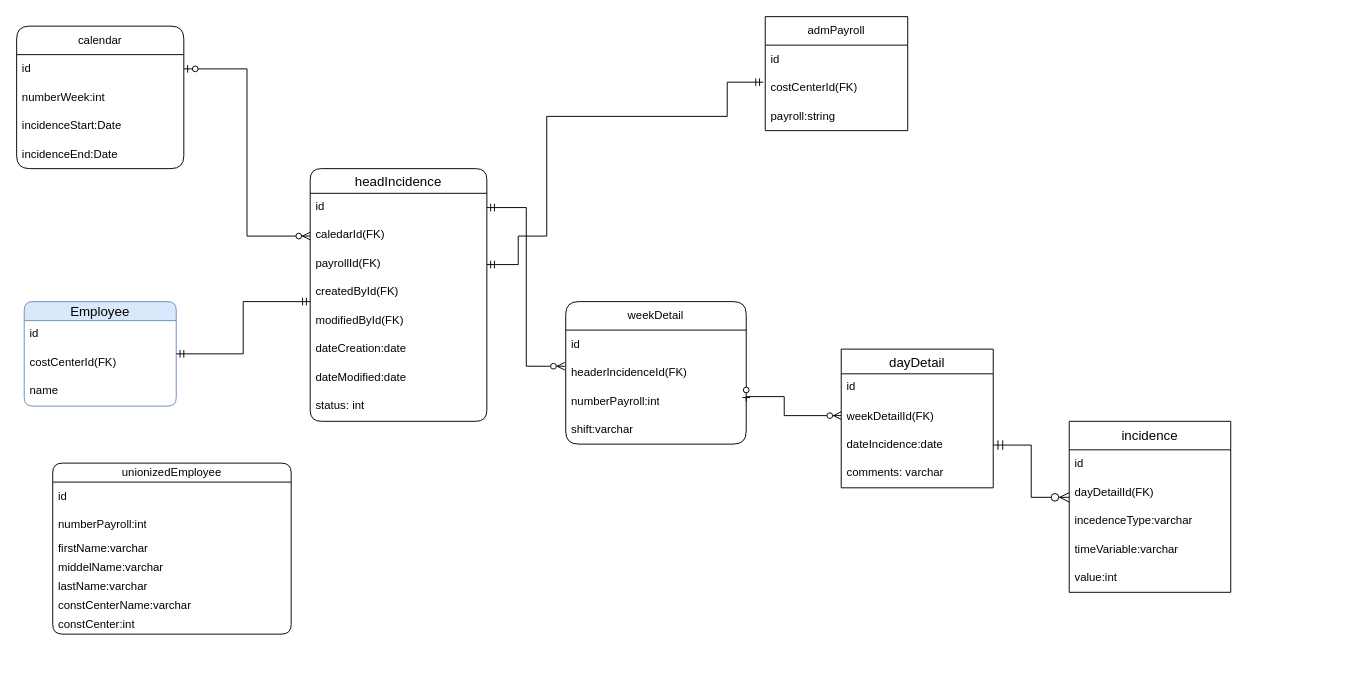
SocorroGC30/prueba3 keeps this draw.io diagram as page "Page-RelationalDiagram" (1 of 2) of Untitled Diagram.drawio. Above is the earlier version. Source tidied: cells renumbered, new cells numbered last; positions are measured from the earlier drawing's top-left corner, leaving out a move shared by most shapes. Both pictures are drawn from the tidied source at 95%, with x=0, y=0 at pixel (16, 16).
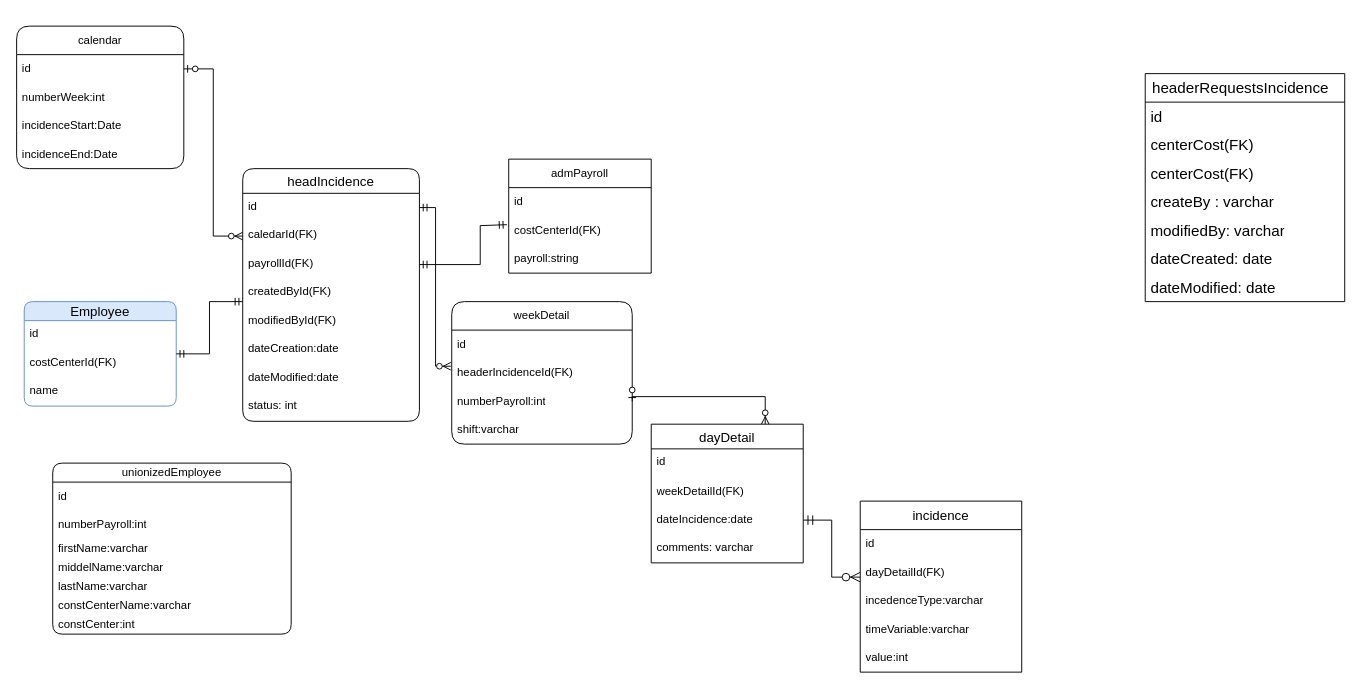
The same diagram, later.

The change refers to these unchanged cells:
```xml
<mxCell id="13" value="numberPayroll:int" style="text;strokeColor=none;fillColor=none;align=left;verticalAlign=middle;spacingLeft=4;spacingRight=4;overflow=hidden;points=[[0,0.5],[1,0.5]];portConstraint=eastwest;whiteSpace=wrap;html=1;" parent="10" vertex="1">
  <mxGeometry y="90" width="190" height="30" as="geometry" />
</mxCell>
<mxCell id="23" value="payrollId(FK)" style="text;strokeColor=none;fillColor=none;spacingLeft=4;spacingRight=4;overflow=hidden;points=[[0,0.5],[1,0.5]];portConstraint=eastwest;fontSize=12;" parent="20" vertex="1">
  <mxGeometry y="86" width="186" height="30" as="geometry" />
</mxCell>
<mxCell id="36" value="costCenterId(FK)" style="text;strokeColor=none;fillColor=none;align=left;verticalAlign=middle;spacingLeft=4;spacingRight=4;overflow=hidden;points=[[0,0.5],[1,0.5]];portConstraint=eastwest;whiteSpace=wrap;html=1;" parent="34" vertex="1">
  <mxGeometry y="60" width="150" height="30" as="geometry" />
</mxCell>
<mxCell id="42" value="weekDetailId(FK)" style="text;strokeColor=none;fillColor=none;align=left;verticalAlign=middle;spacingLeft=4;spacingRight=4;overflow=hidden;points=[[0,0.5],[1,0.5]];portConstraint=eastwest;whiteSpace=wrap;html=1;" parent="40" vertex="1">
  <mxGeometry y="56" width="160" height="30" as="geometry" />
</mxCell>
```

Change to the diagram source:
```diff
@@
     <mxCell id="10" value="weekDetail" style="swimlane;fontStyle=0;horizontal=1;startSize=30;whiteSpace=wrap;html=1;rounded=1;" parent="1" vertex="1">
-      <mxGeometry x="578" y="300" width="190" height="150" as="geometry" />
+      <mxGeometry x="458" y="300" width="190" height="150" as="geometry" />
     </mxCell>
@@
     <mxCell id="20" value="headIncidence" style="swimlane;fontStyle=0;horizontal=1;startSize=26;align=center;fontSize=14;rounded=1;" parent="1" vertex="1">
-      <mxGeometry x="309" y="160" width="186" height="266" as="geometry" />
+      <mxGeometry x="238" y="160" width="186" height="266" as="geometry" />
     </mxCell>
@@
     <mxCell id="34" value="admPayroll" style="swimlane;fontStyle=0;horizontal=1;startSize=30;whiteSpace=wrap;html=1;" parent="1" vertex="1">
-      <mxGeometry x="788" width="150" height="120" as="geometry" />
+      <mxGeometry x="518" y="150" width="150" height="120" as="geometry" />
     </mxCell>
@@
     <mxCell id="38" style="edgeStyle=orthogonalEdgeStyle;fontSize=12;html=1;endArrow=ERmandOne;startArrow=ERmandOne;rounded=0;entryX=-0.013;entryY=0.3;entryDx=0;entryDy=0;entryPerimeter=0;" parent="1" edge="1" source="23" target="36">
       <mxGeometry relative="1" as="geometry">
         <Array as="points">
-          <mxPoint x="528" y="261" />
-          <mxPoint x="528" y="231" />
-          <mxPoint x="558" y="231" />
-          <mxPoint x="558" y="105" />
-          <mxPoint x="748" y="105" />
-          <mxPoint x="748" y="69" />
+          <mxPoint x="488" y="261" />
+          <mxPoint x="488" y="220" />
+          <mxPoint x="516" y="220" />
         </Array>
       </mxGeometry>
     </mxCell>
@@
     <mxCell id="40" value="dayDetail" style="swimlane;fontStyle=0;horizontal=1;startSize=26;align=center;fontSize=14;" parent="1" vertex="1">
-      <mxGeometry x="868" y="350" width="160" height="146" as="geometry" />
+      <mxGeometry x="668" y="429" width="160" height="146" as="geometry" />
     </mxCell>
@@
-    <mxCell id="46" style="edgeStyle=orthogonalEdgeStyle;fontSize=12;html=1;endArrow=ERzeroToMany;startArrow=ERzeroToOne;rounded=0;exitX=1;exitY=0.5;exitDx=0;exitDy=0;" parent="1" edge="1" source="13" target="42">
+    <mxCell id="46" style="edgeStyle=orthogonalEdgeStyle;fontSize=12;html=1;endArrow=ERzeroToMany;startArrow=ERzeroToOne;rounded=0;exitX=1;exitY=0.5;exitDx=0;exitDy=0;entryX=0.75;entryY=0;entryDx=0;entryDy=0;" parent="1" edge="1" source="13" target="40">
       <mxGeometry relative="1" as="geometry">
         <Array as="points">
-          <mxPoint x="768" y="400" />
-          <mxPoint x="808" y="400" />
-          <mxPoint x="808" y="420" />
+          <mxPoint x="648" y="400" />
+          <mxPoint x="788" y="400" />
         </Array>
       </mxGeometry>
     </mxCell>
     <mxCell id="47" value="incidence" style="swimlane;fontStyle=0;horizontal=1;startSize=30;whiteSpace=wrap;html=1;fontSize=14;" parent="1" vertex="1">
-      <mxGeometry x="1108" y="426" width="170" height="180" as="geometry" />
+      <mxGeometry x="888" y="510" width="170" height="180" as="geometry" />
     </mxCell>
@@
+    <mxCell id="54" value="headerRequestsIncidence&amp;nbsp;&amp;nbsp;" style="swimlane;fontStyle=0;horizontal=1;startSize=30;whiteSpace=wrap;html=1;fontSize=16;" parent="1" vertex="1">
+      <mxGeometry x="1188" y="60" width="210" height="240" as="geometry" />
+    </mxCell>
+    <mxCell id="55" value="id" style="text;strokeColor=none;fillColor=none;align=left;verticalAlign=middle;spacingLeft=4;spacingRight=4;overflow=hidden;whiteSpace=wrap;html=1;fontSize=16;" parent="54" vertex="1">
+      <mxGeometry y="30" width="210" height="30" as="geometry" />
+    </mxCell>
+    <mxCell id="56" value="centerCost(FK)" style="text;strokeColor=none;fillColor=none;align=left;verticalAlign=middle;spacingLeft=4;spacingRight=4;overflow=hidden;whiteSpace=wrap;html=1;fontSize=16;" parent="54" vertex="1">
+      <mxGeometry y="60" width="210" height="30" as="geometry" />
+    </mxCell>
+    <mxCell id="57" value="centerCost(FK)" style="text;strokeColor=none;fillColor=none;align=left;verticalAlign=middle;spacingLeft=4;spacingRight=4;overflow=hidden;whiteSpace=wrap;html=1;fontSize=16;" parent="54" vertex="1">
+      <mxGeometry y="90" width="210" height="30" as="geometry" />
+    </mxCell>
+    <mxCell id="58" value="createBy : varchar" style="text;strokeColor=none;fillColor=none;align=left;verticalAlign=middle;spacingLeft=4;spacingRight=4;overflow=hidden;whiteSpace=wrap;html=1;fontSize=16;" parent="54" vertex="1">
+      <mxGeometry y="120" width="210" height="30" as="geometry" />
+    </mxCell>
+    <mxCell id="59" value="modifiedBy: varchar" style="text;strokeColor=none;fillColor=none;align=left;verticalAlign=middle;spacingLeft=4;spacingRight=4;overflow=hidden;whiteSpace=wrap;html=1;fontSize=16;" parent="54" vertex="1">
+      <mxGeometry y="150" width="210" height="30" as="geometry" />
+    </mxCell>
+    <mxCell id="60" value="dateCreated: date" style="text;strokeColor=none;fillColor=none;align=left;verticalAlign=middle;spacingLeft=4;spacingRight=4;overflow=hidden;whiteSpace=wrap;html=1;fontSize=16;" parent="54" vertex="1">
+      <mxGeometry y="180" width="210" height="30" as="geometry" />
+    </mxCell>
+    <mxCell id="61" value="dateModified: date" style="text;strokeColor=none;fillColor=none;align=left;verticalAlign=middle;spacingLeft=4;spacingRight=4;overflow=hidden;whiteSpace=wrap;html=1;fontSize=16;" parent="54" vertex="1">
+      <mxGeometry y="210" width="210" height="30" as="geometry" />
+    </mxCell>
```
